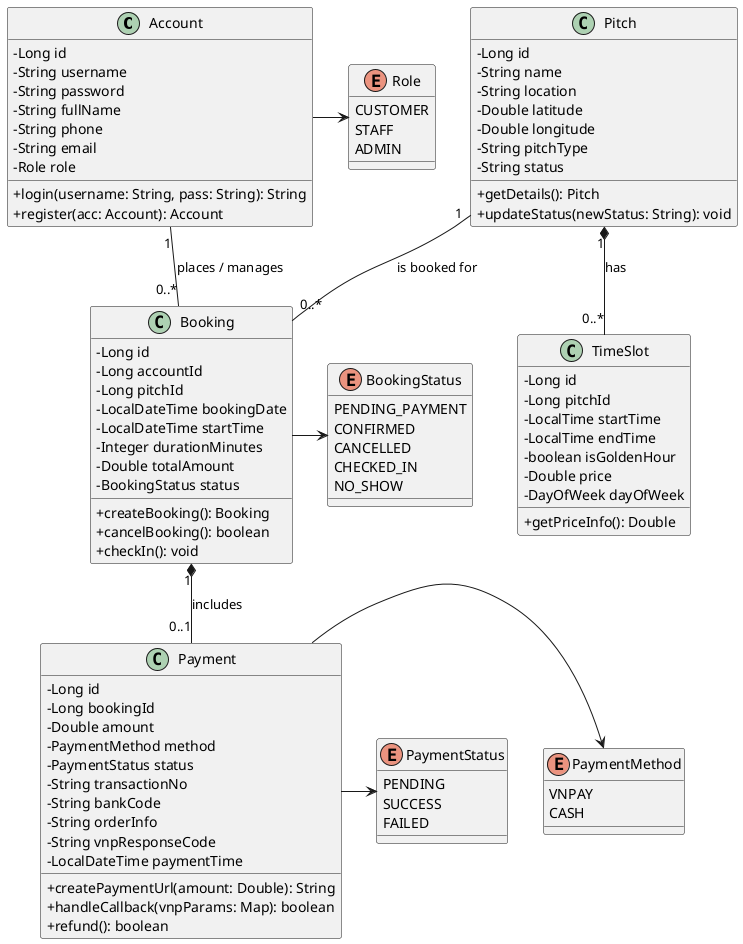
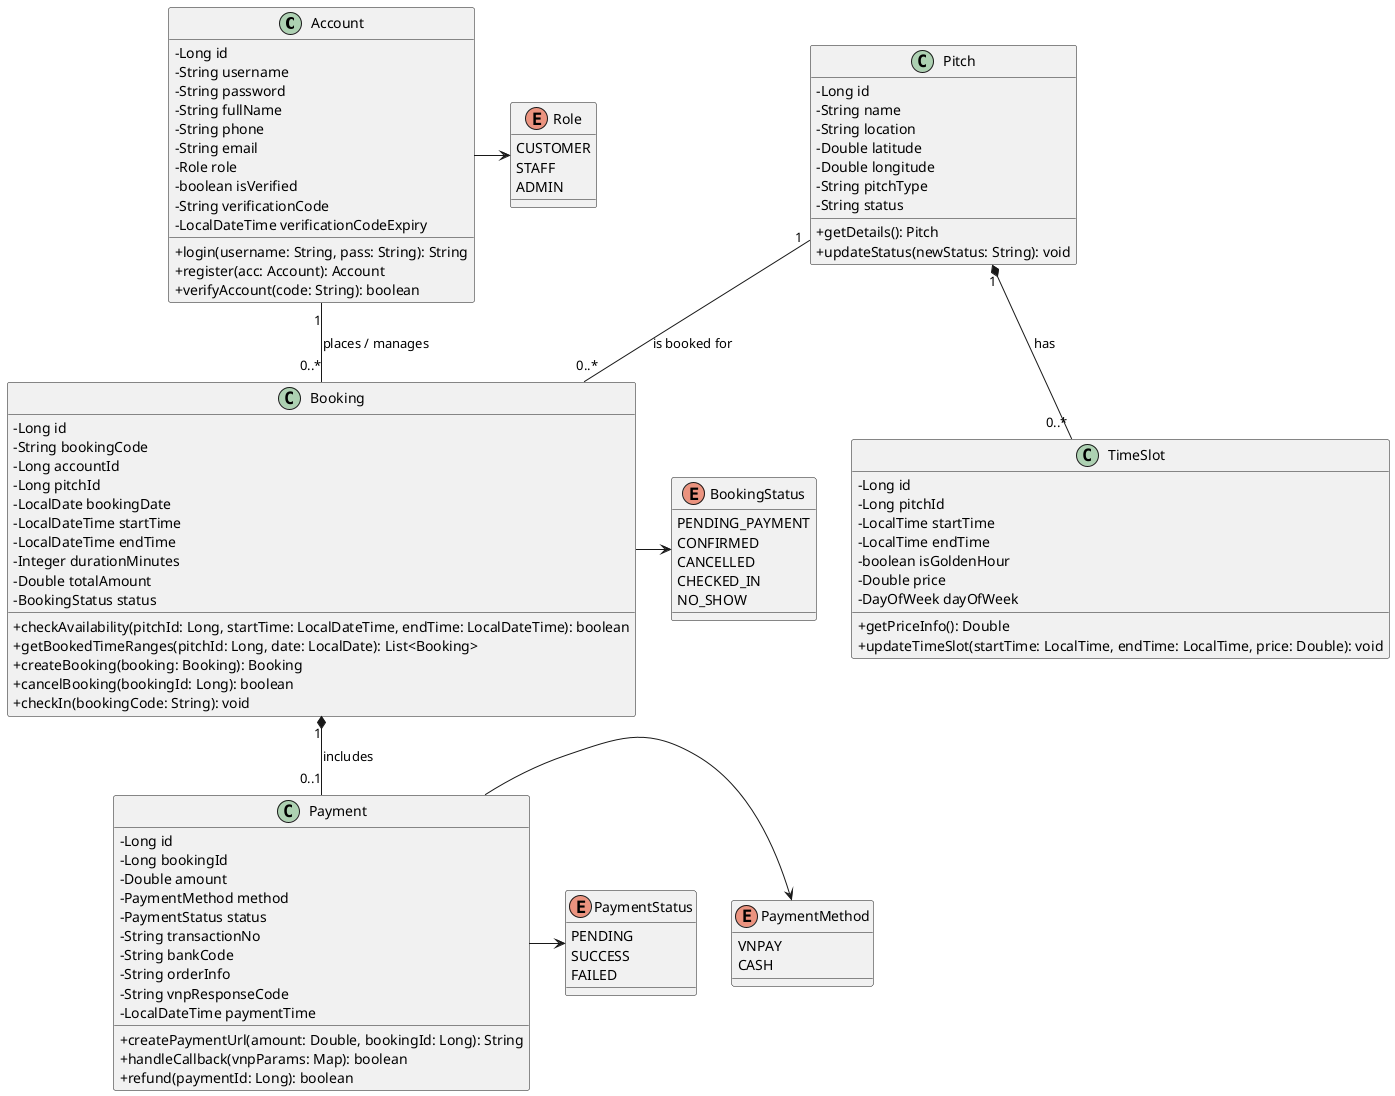
@startuml ClassDiagram
skinparam classAttributeIconSize 0

class Account {
  - Long id
  - String username
  - String password
  - String fullName
  - String phone
  - String email
  - Role role
+   - boolean isVerified
+   - String verificationCode
+   - LocalDateTime verificationCodeExpiry
  + login(username: String, pass: String): String
  + register(acc: Account): Account
+   + verifyAccount(code: String): boolean
}

enum Role {
  CUSTOMER
  STAFF
  ADMIN
}

Account -> Role

class Pitch {
  - Long id
  - String name
  - String location
  - Double latitude
  - Double longitude
  - String pitchType
  - String status
  + getDetails(): Pitch
  + updateStatus(newStatus: String): void
}

class TimeSlot {
  - Long id
  - Long pitchId
  - LocalTime startTime
  - LocalTime endTime
  - boolean isGoldenHour
  - Double price
  - DayOfWeek dayOfWeek
  + getPriceInfo(): Double
+   + updateTimeSlot(startTime: LocalTime, endTime: LocalTime, price: Double): void
}

Pitch "1" *-- "0..*" TimeSlot : has

class Booking {
  - Long id
+   - String bookingCode
  - Long accountId
  - Long pitchId
-   - LocalDateTime bookingDate
+   - LocalDate bookingDate
  - LocalDateTime startTime
+   - LocalDateTime endTime
  - Integer durationMinutes
  - Double totalAmount
  - BookingStatus status
-   + createBooking(): Booking
-   + cancelBooking(): boolean
-   + checkIn(): void
+   + checkAvailability(pitchId: Long, startTime: LocalDateTime, endTime: LocalDateTime): boolean
+   + getBookedTimeRanges(pitchId: Long, date: LocalDate): List<Booking>
+   + createBooking(booking: Booking): Booking
+   + cancelBooking(bookingId: Long): boolean
+   + checkIn(bookingCode: String): void
}

enum BookingStatus {
  PENDING_PAYMENT
  CONFIRMED
  CANCELLED
  CHECKED_IN
  NO_SHOW
}

Booking -> BookingStatus

class Payment {
  - Long id
  - Long bookingId
  - Double amount
  - PaymentMethod method
  - PaymentStatus status
  - String transactionNo
  - String bankCode
  - String orderInfo
  - String vnpResponseCode
  - LocalDateTime paymentTime
-   + createPaymentUrl(amount: Double): String
+   + createPaymentUrl(amount: Double, bookingId: Long): String
  + handleCallback(vnpParams: Map): boolean
-   + refund(): boolean
+   + refund(paymentId: Long): boolean
}

enum PaymentMethod {
  VNPAY
  CASH
}

enum PaymentStatus {
  PENDING
  SUCCESS
  FAILED
}

Payment -> PaymentMethod
Payment -> PaymentStatus

Account "1" -- "0..*" Booking : places / manages
Pitch "1" -- "0..*" Booking : is booked for
Booking "1" *-- "0..1" Payment : includes

- @enduml
+ @enduml